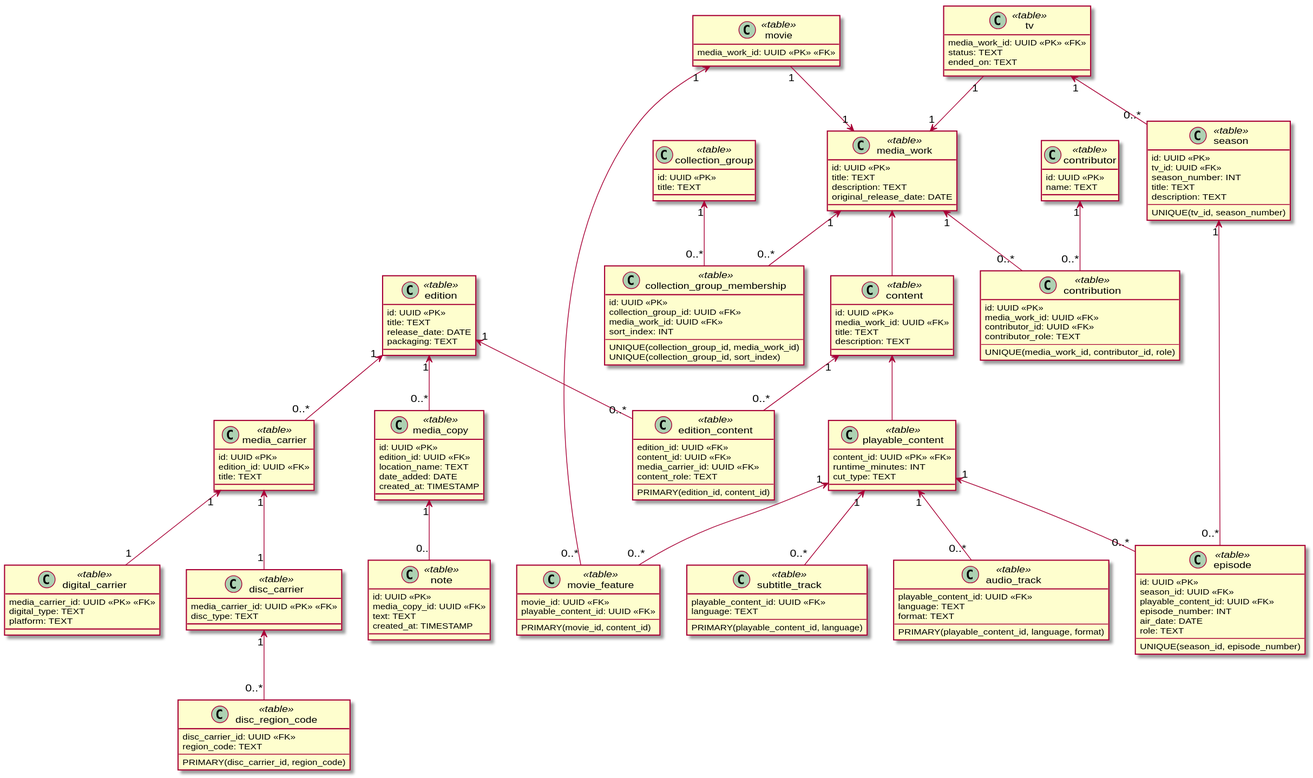
yantue/colleq keeps this PlantUML diagram as docs/diagrams/data/main.data.svg. Above is the earlier version.
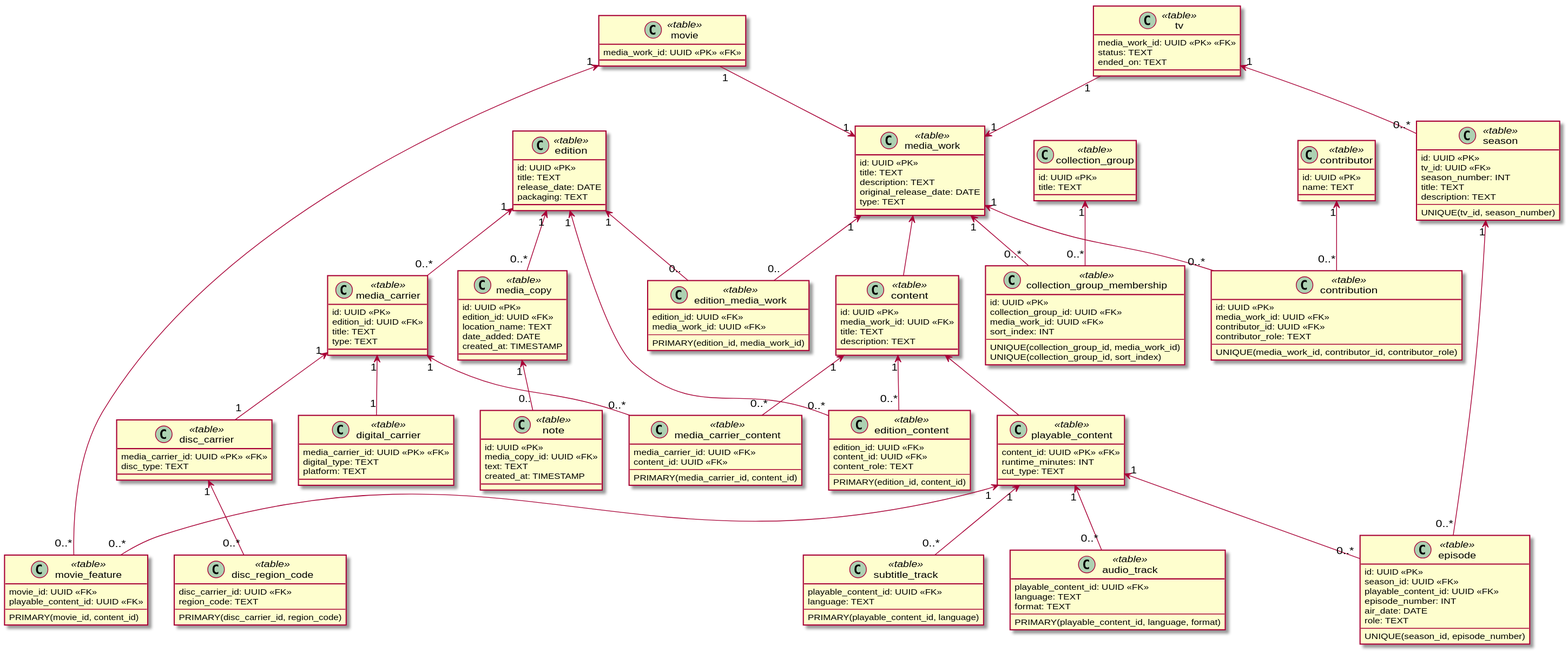
After the commit.

Diff of the diagram source:
```diff
@@ -39,10 +39,30 @@
     packaging: TEXT
 }
 
+class edition_media_work <<table>> {
+    edition_id: UUID <<FK>>
+    media_work_id: UUID <<FK>>
+    --
+    PRIMARY(edition_id, media_work_id)
+}
+
+edition "1" <-- "0.." edition_media_work
+
+class edition_content <<table>> {
+    edition_id: UUID <<FK>>
+    content_id: UUID <<FK>>
+    content_role: TEXT
+    --
+    PRIMARY(edition_id, content_id)
+}
+
+edition "1" <-- "0..*" edition_content
+
 class media_carrier <<table>> {
     id: UUID <<PK>>
     edition_id: UUID <<FK>>
     title: TEXT
+    type: TEXT
 }
 
 edition "1" <-- "0..*" media_carrier
@@ -71,18 +91,18 @@
 
 media_carrier "1" <-- "1" digital_carrier
 
-class edition_content <<table>> {
-    edition_id: UUID <<FK>>
+class media_carrier_content <<table>> {
+    media_carrier_id: UUID <<FK>>
     content_id: UUID <<FK>>
-    media_carrier_id: UUID <<FK>>
-    content_role: TEXT
     --
-    PRIMARY(edition_id, content_id)
+    PRIMARY(media_carrier_id, content_id)
 }
 
-edition "1" <-- "0..*" edition_content
+media_carrier "1" <-- "0..*" media_carrier_content
 
+media_work "1" <-- "0.." edition_media_work
 content "1" <-- "0..*" edition_content
+content "1" <-- "0..*" media_carrier_content
 
 skinparam classAttributeIconSize 0
 
@@ -112,6 +132,7 @@
     title: TEXT
     description: TEXT
     original_release_date: DATE
+    type: TEXT
 }
 
 class contribution <<table>> {
@@ -120,7 +141,7 @@
     contributor_id: UUID <<FK>>
     contributor_role: TEXT
     --
-    UNIQUE(media_work_id, contributor_id, role)
+    UNIQUE(media_work_id, contributor_id, contributor_role)
 }
 
 media_work "1" <-- "0..*" contribution
```
